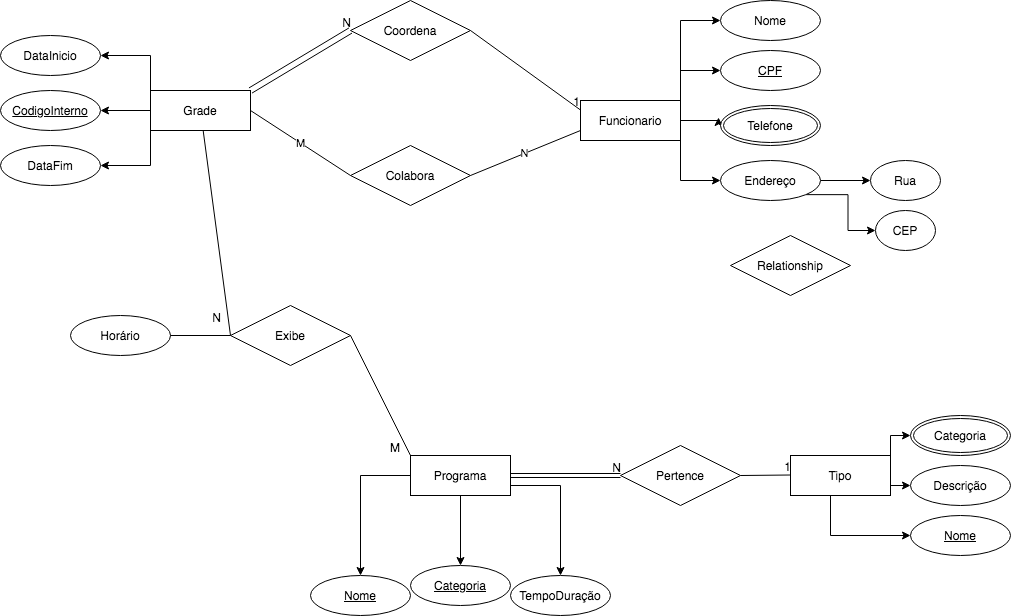
Above: Untitled Diagram.png in guiaguiar27/DataBase (draw.io), before the change. Source tidied: cells renumbered, new cells last; positions are measured from the earlier drawing's top-left corner, leaving out a move shared by most shapes. The source it was exported from:
```xml
<mxGraphModel>
  <root>
    <mxCell id="0" />
    <mxCell id="1" parent="0" />
    <mxCell id="2" style="edgeStyle=orthogonalEdgeStyle;rounded=0;jettySize=auto;html=1;exitX=0;exitY=1;exitDx=0;exitDy=0;entryX=1;entryY=0.5;entryDx=0;entryDy=0;" parent="1" edge="1" source="5" target="8">
      <mxGeometry relative="1" as="geometry" />
    </mxCell>
    <mxCell id="3" style="edgeStyle=orthogonalEdgeStyle;rounded=0;jettySize=auto;html=1;exitX=0;exitY=0;exitDx=0;exitDy=0;entryX=1;entryY=0.5;entryDx=0;entryDy=0;" parent="1" edge="1" source="5" target="7">
      <mxGeometry relative="1" as="geometry" />
    </mxCell>
    <mxCell id="4" style="edgeStyle=orthogonalEdgeStyle;rounded=0;jettySize=auto;html=1;exitX=0;exitY=0.5;exitDx=0;exitDy=0;entryX=1;entryY=0.5;entryDx=0;entryDy=0;" parent="1" edge="1" source="5" target="6">
      <mxGeometry relative="1" as="geometry" />
    </mxCell>
    <mxCell id="5" value="Grade&lt;br&gt;" style="whiteSpace=wrap;html=1;align=center;" parent="1" vertex="1">
      <mxGeometry x="150" y="90" width="100" height="40" as="geometry" />
    </mxCell>
    <mxCell id="6" value="CodigoInterno" style="ellipse;whiteSpace=wrap;html=1;align=center;fontStyle=4;" parent="1" vertex="1">
      <mxGeometry y="90" width="100" height="40" as="geometry" />
    </mxCell>
    <mxCell id="7" value="DataInicio" style="ellipse;whiteSpace=wrap;html=1;align=center;" parent="1" vertex="1">
      <mxGeometry y="35" width="100" height="40" as="geometry" />
    </mxCell>
    <mxCell id="8" value="DataFim" style="ellipse;whiteSpace=wrap;html=1;align=center;" parent="1" vertex="1">
      <mxGeometry y="145" width="100" height="40" as="geometry" />
    </mxCell>
    <mxCell id="9" style="edgeStyle=orthogonalEdgeStyle;rounded=0;jettySize=auto;html=1;exitX=1;exitY=0.5;exitDx=0;exitDy=0;entryX=-0.02;entryY=0.3;entryDx=0;entryDy=0;entryPerimeter=0;" parent="1" edge="1" source="13" target="16">
      <mxGeometry relative="1" as="geometry" />
    </mxCell>
    <mxCell id="10" style="edgeStyle=orthogonalEdgeStyle;rounded=0;jettySize=auto;html=1;exitX=1;exitY=1;exitDx=0;exitDy=0;entryX=0;entryY=0.5;entryDx=0;entryDy=0;" parent="1" edge="1" source="13" target="19">
      <mxGeometry relative="1" as="geometry" />
    </mxCell>
    <mxCell id="11" style="edgeStyle=orthogonalEdgeStyle;rounded=0;jettySize=auto;html=1;exitX=1;exitY=0;exitDx=0;exitDy=0;entryX=0;entryY=0.5;entryDx=0;entryDy=0;" parent="1" edge="1" source="13" target="15">
      <mxGeometry relative="1" as="geometry" />
    </mxCell>
    <mxCell id="12" style="edgeStyle=orthogonalEdgeStyle;rounded=0;jettySize=auto;html=1;exitX=1;exitY=0;exitDx=0;exitDy=0;entryX=0;entryY=0.5;entryDx=0;entryDy=0;" parent="1" edge="1" source="13" target="14">
      <mxGeometry relative="1" as="geometry" />
    </mxCell>
    <mxCell id="13" value="Funcionario" style="whiteSpace=wrap;html=1;align=center;" parent="1" vertex="1">
      <mxGeometry x="580" y="100" width="100" height="40" as="geometry" />
    </mxCell>
    <mxCell id="14" value="Nome" style="ellipse;whiteSpace=wrap;html=1;align=center;" parent="1" vertex="1">
      <mxGeometry x="720" width="100" height="40" as="geometry" />
    </mxCell>
    <mxCell id="15" value="CPF" style="ellipse;whiteSpace=wrap;html=1;align=center;fontStyle=4;" parent="1" vertex="1">
      <mxGeometry x="720" y="50" width="100" height="40" as="geometry" />
    </mxCell>
    <mxCell id="16" value="Telefone" style="ellipse;shape=doubleEllipse;margin=3;whiteSpace=wrap;html=1;align=center;" parent="1" vertex="1">
      <mxGeometry x="720" y="105" width="100" height="40" as="geometry" />
    </mxCell>
    <mxCell id="17" style="edgeStyle=orthogonalEdgeStyle;rounded=0;jettySize=auto;html=1;exitX=1;exitY=0.5;exitDx=0;exitDy=0;entryX=0;entryY=0.5;entryDx=0;entryDy=0;" parent="1" edge="1" source="19" target="20">
      <mxGeometry relative="1" as="geometry" />
    </mxCell>
    <mxCell id="18" style="edgeStyle=orthogonalEdgeStyle;rounded=0;jettySize=auto;html=1;exitX=1;exitY=1;exitDx=0;exitDy=0;entryX=0;entryY=0.5;entryDx=0;entryDy=0;" parent="1" edge="1" source="19" target="21">
      <mxGeometry relative="1" as="geometry" />
    </mxCell>
    <mxCell id="19" value="Endereço" style="ellipse;whiteSpace=wrap;html=1;align=center;" parent="1" vertex="1">
      <mxGeometry x="720" y="160" width="100" height="40" as="geometry" />
    </mxCell>
    <mxCell id="20" value="Rua" style="ellipse;whiteSpace=wrap;html=1;align=center;" parent="1" vertex="1">
      <mxGeometry x="870" y="160" width="70" height="40" as="geometry" />
    </mxCell>
    <mxCell id="21" value="CEP" style="ellipse;whiteSpace=wrap;html=1;align=center;" parent="1" vertex="1">
      <mxGeometry x="875" y="210" width="60" height="40" as="geometry" />
    </mxCell>
    <mxCell id="22" style="edgeStyle=orthogonalEdgeStyle;rounded=0;jettySize=auto;html=1;exitX=1;exitY=0.5;exitDx=0;exitDy=0;entryX=0.5;entryY=0;entryDx=0;entryDy=0;" parent="1" edge="1" source="25">
      <mxGeometry relative="1" as="geometry">
        <mxPoint x="560" y="575" as="targetPoint" />
        <Array as="points">
          <mxPoint x="560" y="485" />
        </Array>
      </mxGeometry>
    </mxCell>
    <mxCell id="23" style="edgeStyle=orthogonalEdgeStyle;rounded=0;jettySize=auto;html=1;exitX=0;exitY=0.5;exitDx=0;exitDy=0;entryX=0.5;entryY=0;entryDx=0;entryDy=0;" parent="1" edge="1" source="25" target="26">
      <mxGeometry relative="1" as="geometry" />
    </mxCell>
    <mxCell id="24" style="edgeStyle=orthogonalEdgeStyle;rounded=0;jettySize=auto;html=1;exitX=0.5;exitY=1;exitDx=0;exitDy=0;" parent="1" edge="1" source="25" target="27">
      <mxGeometry relative="1" as="geometry" />
    </mxCell>
    <mxCell id="25" value="Programa" style="whiteSpace=wrap;html=1;align=center;" parent="1" vertex="1">
      <mxGeometry x="410" y="455" width="100" height="40" as="geometry" />
    </mxCell>
    <mxCell id="26" value="Nome" style="ellipse;whiteSpace=wrap;html=1;align=center;fontStyle=4;" parent="1" vertex="1">
      <mxGeometry x="310" y="575" width="100" height="40" as="geometry" />
    </mxCell>
    <mxCell id="27" value="Categoria" style="ellipse;whiteSpace=wrap;html=1;align=center;fontStyle=4;" parent="1" vertex="1">
      <mxGeometry x="410" y="565" width="100" height="40" as="geometry" />
    </mxCell>
    <mxCell id="28" value="TempoDuração" style="ellipse;whiteSpace=wrap;html=1;align=center;" parent="1" vertex="1">
      <mxGeometry x="510" y="575" width="100" height="40" as="geometry" />
    </mxCell>
    <mxCell id="29" style="edgeStyle=orthogonalEdgeStyle;rounded=0;jettySize=auto;html=1;exitX=1;exitY=0;exitDx=0;exitDy=0;" parent="1" edge="1" source="32" target="35">
      <mxGeometry relative="1" as="geometry" />
    </mxCell>
    <mxCell id="30" style="edgeStyle=orthogonalEdgeStyle;rounded=0;jettySize=auto;html=1;exitX=1;exitY=0.75;exitDx=0;exitDy=0;entryX=0;entryY=0.5;entryDx=0;entryDy=0;" parent="1" edge="1" source="32" target="34">
      <mxGeometry relative="1" as="geometry" />
    </mxCell>
    <mxCell id="31" style="edgeStyle=orthogonalEdgeStyle;rounded=0;jettySize=auto;html=1;exitX=0.5;exitY=1;exitDx=0;exitDy=0;" parent="1" edge="1" source="32" target="33">
      <mxGeometry relative="1" as="geometry">
        <Array as="points">
          <mxPoint x="830" y="535" />
        </Array>
      </mxGeometry>
    </mxCell>
    <mxCell id="32" value="Tipo" style="whiteSpace=wrap;html=1;align=center;" parent="1" vertex="1">
      <mxGeometry x="790" y="455" width="100" height="40" as="geometry" />
    </mxCell>
    <mxCell id="33" value="Nome" style="ellipse;whiteSpace=wrap;html=1;align=center;fontStyle=4;" parent="1" vertex="1">
      <mxGeometry x="910" y="515" width="100" height="40" as="geometry" />
    </mxCell>
    <mxCell id="34" value="Descrição" style="ellipse;whiteSpace=wrap;html=1;align=center;" parent="1" vertex="1">
      <mxGeometry x="910" y="465" width="100" height="40" as="geometry" />
    </mxCell>
    <mxCell id="35" value="Categoria" style="ellipse;shape=doubleEllipse;margin=3;whiteSpace=wrap;html=1;align=center;" parent="1" vertex="1">
      <mxGeometry x="910" y="415" width="100" height="40" as="geometry" />
    </mxCell>
    <mxCell id="36" value="Pertence" style="shape=rhombus;perimeter=rhombusPerimeter;whiteSpace=wrap;html=1;align=center;" parent="1" vertex="1">
      <mxGeometry x="620" y="445" width="120" height="60" as="geometry" />
    </mxCell>
    <mxCell id="37" style="shape=link;html=1;rounded=0;exitX=1;exitY=0.5;exitDx=0;exitDy=0;" parent="1" edge="1" source="25">
      <mxGeometry relative="1" as="geometry">
        <mxPoint x="620" y="475" as="targetPoint" />
      </mxGeometry>
    </mxCell>
    <mxCell id="38" value="N" style="html=1;align=right;verticalAlign=bottom;" parent="37" vertex="1">
      <mxGeometry x="1" relative="1" as="geometry" />
    </mxCell>
    <mxCell id="39" style="endArrow=none;html=1;rounded=0;" parent="1" edge="1">
      <mxGeometry relative="1" as="geometry">
        <mxPoint x="740" y="475" as="sourcePoint" />
        <mxPoint x="790" y="474.5" as="targetPoint" />
      </mxGeometry>
    </mxCell>
    <mxCell id="40" value="1" style="html=1;align=right;verticalAlign=bottom;" parent="39" vertex="1">
      <mxGeometry x="1" relative="1" as="geometry" />
    </mxCell>
    <mxCell id="41" value="Coordena" style="shape=rhombus;perimeter=rhombusPerimeter;whiteSpace=wrap;html=1;align=center;" parent="1" vertex="1">
      <mxGeometry x="350" width="120" height="60" as="geometry" />
    </mxCell>
    <mxCell id="42" value="Colabora" style="shape=rhombus;perimeter=rhombusPerimeter;whiteSpace=wrap;html=1;align=center;" parent="1" vertex="1">
      <mxGeometry x="350" y="145" width="120" height="60" as="geometry" />
    </mxCell>
    <mxCell id="43" style="shape=link;html=1;rounded=0;width=6;entryX=0;entryY=0.5;entryDx=0;entryDy=0;exitX=1;exitY=0;exitDx=0;exitDy=0;" parent="1" edge="1" source="5" target="41">
      <mxGeometry relative="1" as="geometry" />
    </mxCell>
    <mxCell id="44" value="N" style="html=1;align=right;verticalAlign=bottom;" parent="43" vertex="1">
      <mxGeometry x="1" relative="1" as="geometry" />
    </mxCell>
    <mxCell id="45" style="endArrow=none;html=1;rounded=0;exitX=1;exitY=0.5;exitDx=0;exitDy=0;" parent="1" edge="1" source="41">
      <mxGeometry relative="1" as="geometry">
        <mxPoint x="580" y="109.5" as="targetPoint" />
      </mxGeometry>
    </mxCell>
    <mxCell id="46" value="1" style="html=1;align=right;verticalAlign=bottom;" parent="45" vertex="1">
      <mxGeometry x="1" relative="1" as="geometry" />
    </mxCell>
    <mxCell id="47" value="N" style="endArrow=none;html=1;rounded=0;exitX=0;exitY=0.75;exitDx=0;exitDy=0;entryX=1;entryY=0.5;entryDx=0;entryDy=0;" parent="1" edge="1" source="13" target="42">
      <mxGeometry relative="1" as="geometry" />
    </mxCell>
    <mxCell id="48" value="M" style="endArrow=none;html=1;rounded=0;entryX=0;entryY=0.5;entryDx=0;entryDy=0;exitX=1;exitY=0.5;exitDx=0;exitDy=0;" parent="1" edge="1" source="5" target="42">
      <mxGeometry relative="1" as="geometry" />
    </mxCell>
    <mxCell id="49" value="Relationship" style="shape=rhombus;perimeter=rhombusPerimeter;whiteSpace=wrap;html=1;align=center;" parent="1" vertex="1">
      <mxGeometry x="730" y="235" width="120" height="60" as="geometry" />
    </mxCell>
    <mxCell id="50" style="edgeStyle=orthogonalEdgeStyle;rounded=0;jettySize=auto;html=1;exitX=1;exitY=0.5;exitDx=0;exitDy=0;entryX=1;entryY=1;entryDx=0;entryDy=0;" parent="1" edge="1" source="51" target="52">
      <mxGeometry relative="1" as="geometry">
        <Array as="points">
          <mxPoint x="155" y="335" />
        </Array>
      </mxGeometry>
    </mxCell>
    <mxCell id="51" value="Exibe" style="shape=rhombus;perimeter=rhombusPerimeter;whiteSpace=wrap;html=1;align=center;direction=west;" parent="1" vertex="1">
      <mxGeometry x="230" y="305" width="120" height="60" as="geometry" />
    </mxCell>
    <mxCell id="52" value="Horário" style="ellipse;whiteSpace=wrap;html=1;align=center;" parent="1" vertex="1">
      <mxGeometry x="70" y="315" width="100" height="40" as="geometry" />
    </mxCell>
    <mxCell id="53" style="endArrow=none;html=1;rounded=0;entryX=1;entryY=0.5;entryDx=0;entryDy=0;" parent="1" edge="1" source="5" target="51">
      <mxGeometry relative="1" as="geometry" />
    </mxCell>
    <mxCell id="54" value="M" style="html=1;align=left;verticalAlign=bottom;" parent="53" vertex="1">
      <mxGeometry x="-1" relative="1" as="geometry">
        <mxPoint x="184.8" y="325" as="offset" />
      </mxGeometry>
    </mxCell>
    <mxCell id="55" value="N" style="html=1;align=right;verticalAlign=bottom;" parent="53" vertex="1">
      <mxGeometry x="1" relative="1" as="geometry">
        <mxPoint x="-9.9" y="-9.6" as="offset" />
      </mxGeometry>
    </mxCell>
    <mxCell id="56" style="endArrow=none;html=1;rounded=0;entryX=0;entryY=0;entryDx=0;entryDy=0;exitX=0;exitY=0.5;exitDx=0;exitDy=0;" parent="1" edge="1" target="25">
      <mxGeometry relative="1" as="geometry">
        <mxPoint x="350" y="335" as="sourcePoint" />
      </mxGeometry>
    </mxCell>
  </root>
</mxGraphModel>
```
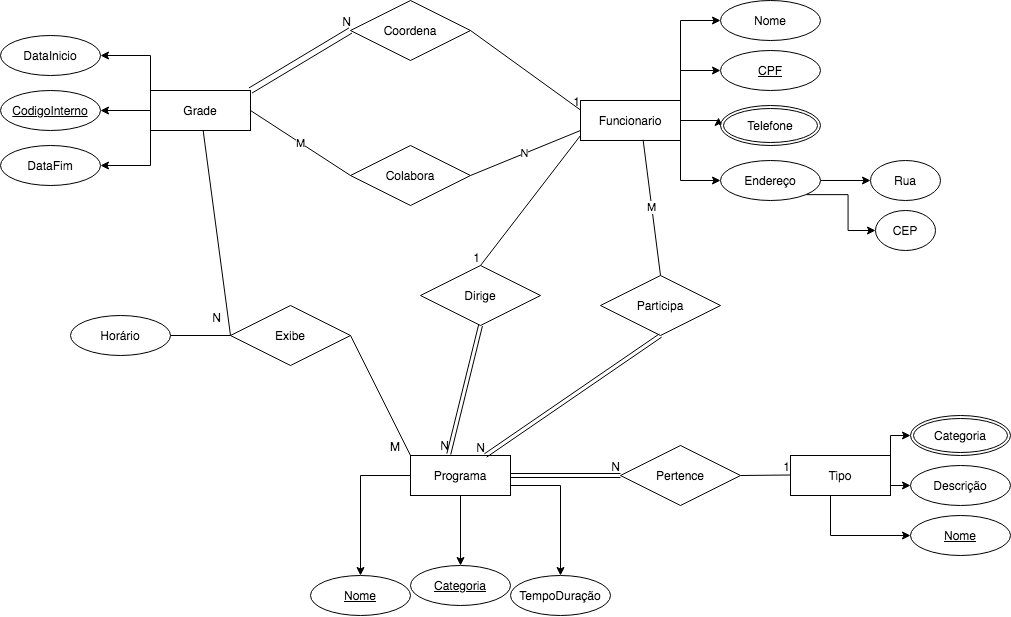
After the commit.

Change to the diagram source:
```diff
@@ -159,8 +159,8 @@
     <mxCell id="48" value="M" style="endArrow=none;html=1;rounded=0;entryX=0;entryY=0.5;entryDx=0;entryDy=0;exitX=1;exitY=0.5;exitDx=0;exitDy=0;" parent="1" edge="1" source="5" target="42">
       <mxGeometry relative="1" as="geometry" />
     </mxCell>
-    <mxCell id="49" value="Relationship" style="shape=rhombus;perimeter=rhombusPerimeter;whiteSpace=wrap;html=1;align=center;" parent="1" vertex="1">
-      <mxGeometry x="730" y="235" width="120" height="60" as="geometry" />
+    <mxCell id="49" value="Dirige" style="shape=rhombus;perimeter=rhombusPerimeter;whiteSpace=wrap;html=1;align=center;" parent="1" vertex="1">
+      <mxGeometry x="420" y="265" width="120" height="60" as="geometry" />
     </mxCell>
     <mxCell id="50" style="edgeStyle=orthogonalEdgeStyle;rounded=0;jettySize=auto;html=1;exitX=1;exitY=0.5;exitDx=0;exitDy=0;entryX=1;entryY=1;entryDx=0;entryDy=0;" parent="1" edge="1" source="51" target="52">
       <mxGeometry relative="1" as="geometry">
@@ -193,5 +193,31 @@
         <mxPoint x="350" y="335" as="sourcePoint" />
       </mxGeometry>
     </mxCell>
+    <mxCell id="57" value="Participa" style="shape=rhombus;perimeter=rhombusPerimeter;whiteSpace=wrap;html=1;align=center;" parent="1" vertex="1">
+      <mxGeometry x="600" y="275" width="120" height="60" as="geometry" />
+    </mxCell>
+    <mxCell id="58" value="M" style="endArrow=none;html=1;rounded=0;exitX=0.626;exitY=0.982;exitDx=0;exitDy=0;exitPerimeter=0;entryX=0.5;entryY=0;entryDx=0;entryDy=0;" parent="1" edge="1" source="13" target="57">
+      <mxGeometry relative="1" as="geometry" />
+    </mxCell>
+    <mxCell id="59" style="endArrow=none;html=1;rounded=0;entryX=0.5;entryY=0;entryDx=0;entryDy=0;" parent="1" edge="1" target="49">
+      <mxGeometry relative="1" as="geometry">
+        <mxPoint x="580" y="135" as="sourcePoint" />
+      </mxGeometry>
+    </mxCell>
+    <mxCell id="60" value="1" style="html=1;align=right;verticalAlign=bottom;" parent="59" vertex="1">
+      <mxGeometry x="1" relative="1" as="geometry" />
+    </mxCell>
+    <mxCell id="61" style="shape=link;html=1;rounded=0;entryX=0.75;entryY=0;entryDx=0;entryDy=0;exitX=0.5;exitY=1;exitDx=0;exitDy=0;" parent="1" edge="1" source="57" target="25">
+      <mxGeometry relative="1" as="geometry" />
+    </mxCell>
+    <mxCell id="62" value="N" style="html=1;align=right;verticalAlign=bottom;" parent="61" vertex="1">
+      <mxGeometry x="1" relative="1" as="geometry" />
+    </mxCell>
+    <mxCell id="63" style="shape=link;html=1;rounded=0;exitX=0.5;exitY=1;exitDx=0;exitDy=0;entryX=0.383;entryY=-0.036;entryDx=0;entryDy=0;entryPerimeter=0;" parent="1" edge="1" source="49" target="25">
+      <mxGeometry relative="1" as="geometry" />
+    </mxCell>
+    <mxCell id="64" value="N" style="html=1;align=right;verticalAlign=bottom;" parent="63" vertex="1">
+      <mxGeometry x="1" relative="1" as="geometry" />
+    </mxCell>
   </root>
 </mxGraphModel>
```
